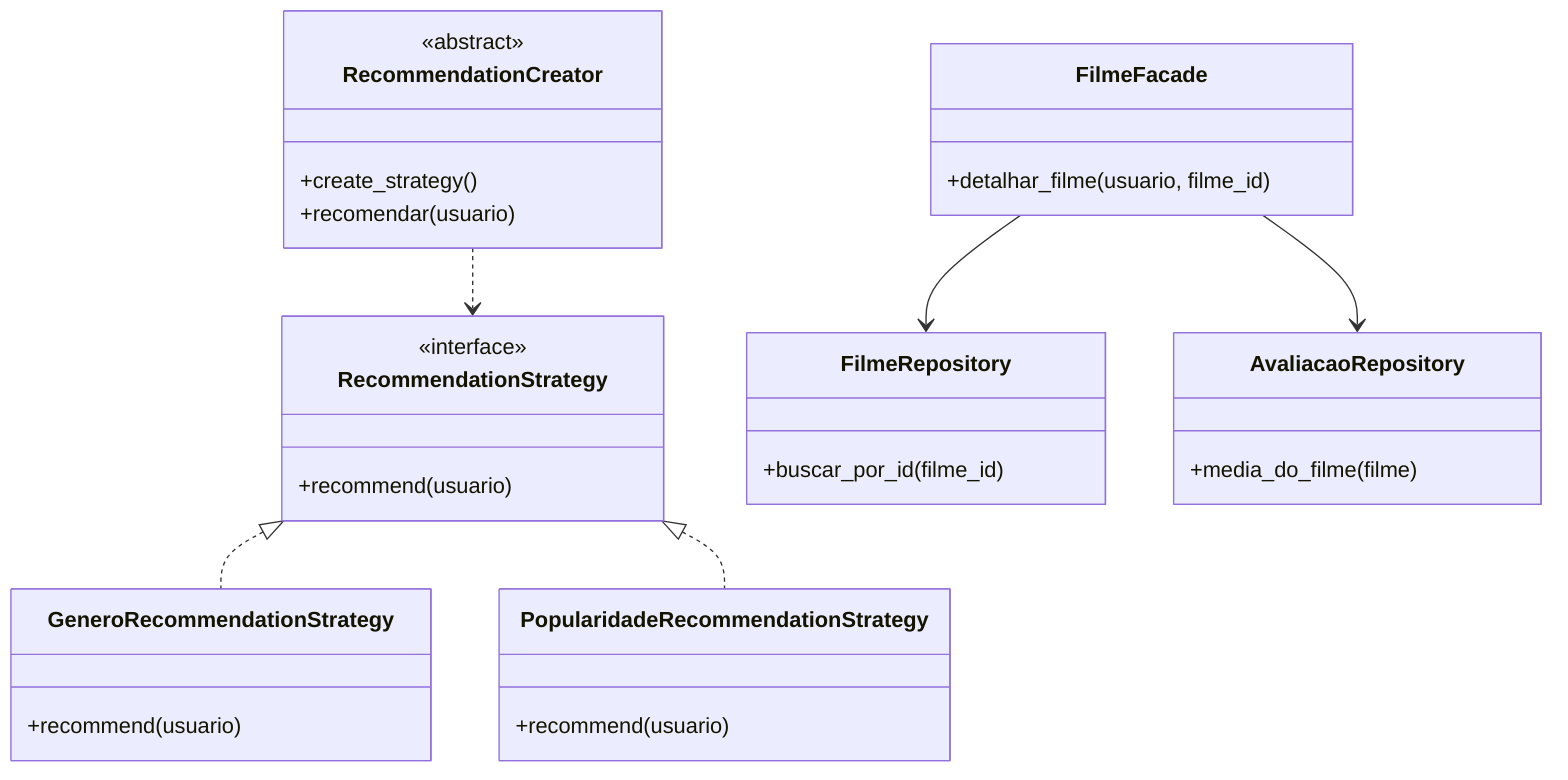
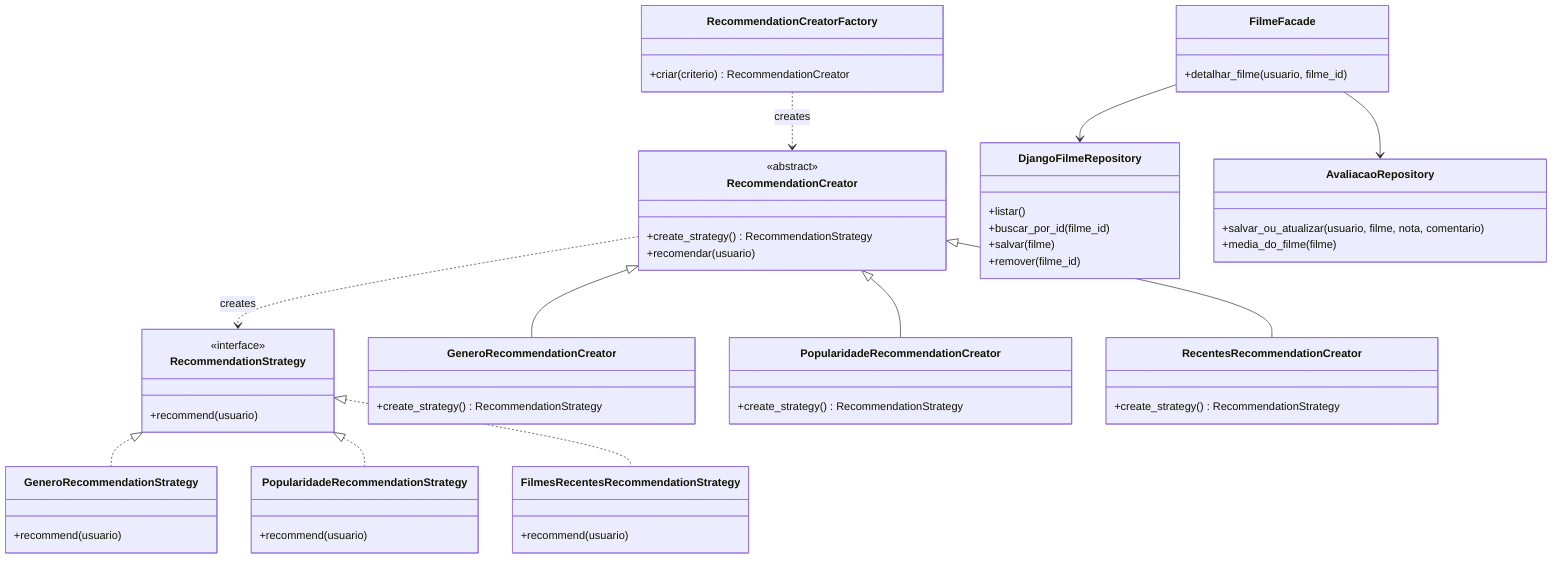
classDiagram
    class RecommendationStrategy {
        <<interface>>
        +recommend(usuario)
    }

    class GeneroRecommendationStrategy {
        +recommend(usuario)
    }

    class PopularidadeRecommendationStrategy {
        +recommend(usuario)
    }

+     class FilmesRecentesRecommendationStrategy {
+         +recommend(usuario)
+     }
+ 
    class RecommendationCreator {
        <<abstract>>
-         +create_strategy()
+         +create_strategy() RecommendationStrategy
        +recomendar(usuario)
+     }
+ 
+     class GeneroRecommendationCreator {
+         +create_strategy() RecommendationStrategy
+     }
+ 
+     class PopularidadeRecommendationCreator {
+         +create_strategy() RecommendationStrategy
+     }
+ 
+     class RecentesRecommendationCreator {
+         +create_strategy() RecommendationStrategy
+     }
+ 
+     class RecommendationCreatorFactory {
+         +criar(criterio) RecommendationCreator
    }

    class FilmeFacade {
        +detalhar_filme(usuario, filme_id)
    }

-     class FilmeRepository {
+     class DjangoFilmeRepository {
+         +listar()
        +buscar_por_id(filme_id)
+         +salvar(filme)
+         +remover(filme_id)
    }

    class AvaliacaoRepository {
+         +salvar_ou_atualizar(usuario, filme, nota, comentario)
        +media_do_filme(filme)
    }

    RecommendationStrategy <|.. GeneroRecommendationStrategy
    RecommendationStrategy <|.. PopularidadeRecommendationStrategy
-     RecommendationCreator ..> RecommendationStrategy
-     FilmeFacade --> FilmeRepository
+     RecommendationStrategy <|.. FilmesRecentesRecommendationStrategy
+ 
+     RecommendationCreator <|-- GeneroRecommendationCreator
+     RecommendationCreator <|-- PopularidadeRecommendationCreator
+     RecommendationCreator <|-- RecentesRecommendationCreator
+ 
+     RecommendationCreator ..> RecommendationStrategy : creates
+     RecommendationCreatorFactory ..> RecommendationCreator : creates
+ 
+     FilmeFacade --> DjangoFilmeRepository
    FilmeFacade --> AvaliacaoRepository
